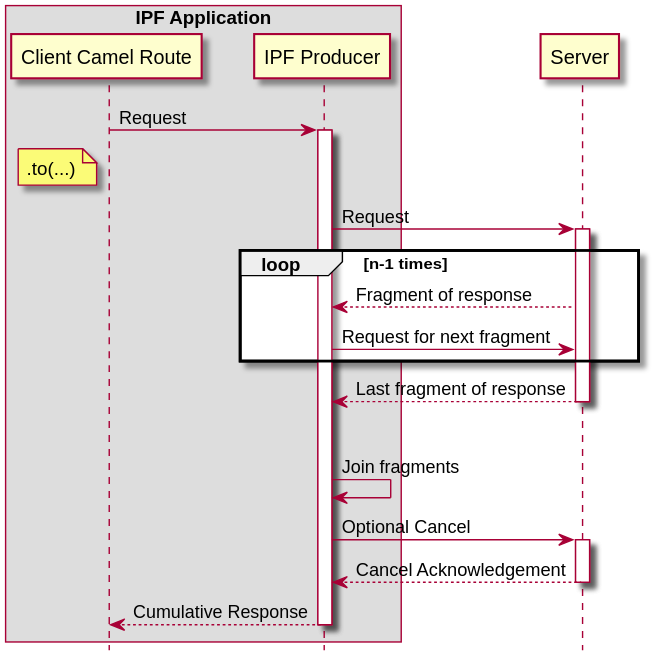
The PlantUML diagram assets/images/conti-producer-ic.svg in oehf/ipf-docs, before a commit.
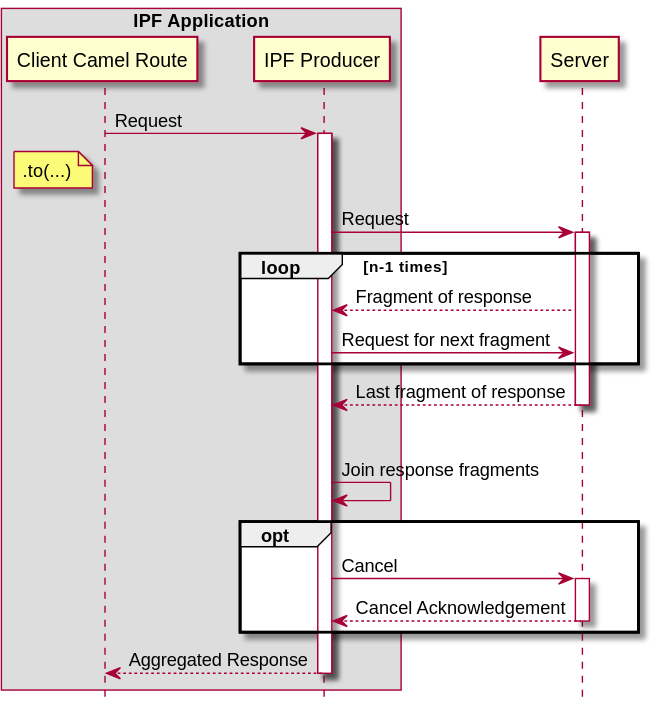
After the change.

Change to the diagram source:
```diff
@@ -22,13 +22,16 @@
 Server --> PRO : Last fragment of response
 deactivate Server
 |||
-PRO -> PRO : Join fragments
-PRO -> Server : Optional Cancel
-activate Server
-Server --> PRO: Cancel Acknowledgement
-deactivate Server
+PRO -> PRO : Join response fragments
 
-PRO --> Client : Cumulative Response
+opt
+    PRO -> Server : Cancel
+    activate Server
+    Server --> PRO: Cancel Acknowledgement
+    deactivate Server
+end
+
+PRO --> Client : Aggregated Response
 deactivate PRO
 
 @enduml
```
